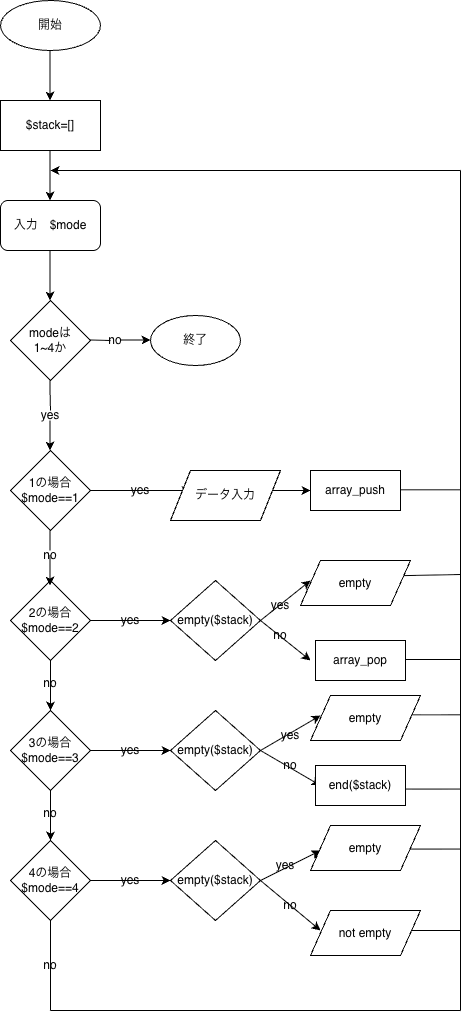
Earlier version of the draw.io export 5-7/lesson01.png (namp7119/php-kiso). Source tidied: cells renumbered, new cells last; positions are measured from the earlier drawing's top-left corner, leaving out a move shared by most shapes.
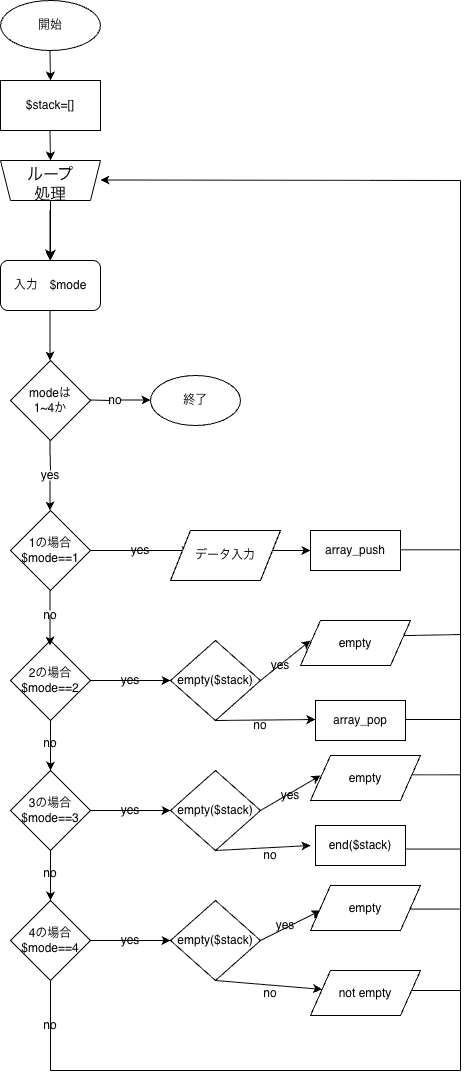
The same file after the commit.

The edit, as a diff of the source:
```diff
@@ -3,19 +3,19 @@
     <mxCell id="0" />
     <mxCell id="1" parent="0" />
     <mxCell id="2" value="開始" style="ellipse;whiteSpace=wrap;html=1;" parent="1" vertex="1">
-      <mxGeometry width="100" height="50" as="geometry" />
+      <mxGeometry y="-60" width="100" height="50" as="geometry" />
     </mxCell>
     <mxCell id="3" style="endArrow=classic;html=1;rounded=0;" parent="1" edge="1">
       <mxGeometry relative="1" as="geometry">
-        <mxPoint x="49.5" y="50" as="sourcePoint" />
-        <mxPoint x="49.5" y="100" as="targetPoint" />
+        <mxPoint x="49.5" y="-10" as="sourcePoint" />
+        <mxPoint x="50" y="20" as="targetPoint" />
         <Array as="points">
-          <mxPoint x="49.5" y="50" />
+          <mxPoint x="49.5" y="-10" />
         </Array>
       </mxGeometry>
     </mxCell>
     <mxCell id="4" value="$stack=[]" style="rounded=0;whiteSpace=wrap;html=1;" parent="1" vertex="1">
-      <mxGeometry y="100" width="100" height="50" as="geometry" />
+      <mxGeometry y="20" width="100" height="50" as="geometry" />
     </mxCell>
     <mxCell id="5" style="endArrow=classic;html=1;rounded=0;" parent="1" edge="1">
       <mxGeometry relative="1" as="geometry">
@@ -175,14 +175,13 @@
     <mxCell id="38" value="yes" style="text;html=1;whiteSpace=wrap;strokeColor=none;fillColor=none;align=center;verticalAlign=middle;rounded=0;" parent="1" vertex="1">
       <mxGeometry x="250" y="590" width="60" height="30" as="geometry" />
     </mxCell>
-    <mxCell id="39" style="endArrow=classic;html=1;rounded=0;" parent="1" edge="1">
+    <mxCell id="39" style="endArrow=classic;html=1;rounded=0;exitX=0.5;exitY=1;exitDx=0;exitDy=0;" parent="1" edge="1" source="31">
       <mxGeometry relative="1" as="geometry">
-        <mxPoint x="260" y="620" as="sourcePoint" />
-        <mxPoint x="310" y="660" as="targetPoint" />
+        <mxPoint x="315" y="659" as="targetPoint" />
       </mxGeometry>
     </mxCell>
     <mxCell id="40" value="no" style="text;html=1;whiteSpace=wrap;strokeColor=none;fillColor=none;align=center;verticalAlign=middle;rounded=0;" parent="1" vertex="1">
-      <mxGeometry x="250" y="620" width="60" height="30" as="geometry" />
+      <mxGeometry x="230" y="650" width="60" height="30" as="geometry" />
     </mxCell>
     <mxCell id="41" style="endArrow=classic;html=1;rounded=0;entryX=0;entryY=0.5;entryDx=0;entryDy=0;" parent="1" edge="1">
       <mxGeometry relative="1" as="geometry">
@@ -192,8 +191,8 @@
     </mxCell>
     <mxCell id="42" style="endArrow=classic;html=1;rounded=0;entryX=0;entryY=0.5;entryDx=0;entryDy=0;" parent="1" edge="1">
       <mxGeometry relative="1" as="geometry">
-        <mxPoint x="260" y="750" as="sourcePoint" />
-        <mxPoint x="320" y="785" as="targetPoint" />
+        <mxPoint x="215" y="790" as="sourcePoint" />
+        <mxPoint x="310" y="785" as="targetPoint" />
       </mxGeometry>
     </mxCell>
     <mxCell id="43" value="yes" style="text;html=1;whiteSpace=wrap;strokeColor=none;fillColor=none;align=center;verticalAlign=middle;rounded=0;" parent="1" vertex="1">
@@ -216,7 +215,7 @@
       <mxGeometry x="100" y="865" width="60" height="30" as="geometry" />
     </mxCell>
     <mxCell id="48" value="no" style="text;html=1;whiteSpace=wrap;strokeColor=none;fillColor=none;align=center;verticalAlign=middle;rounded=0;" parent="1" vertex="1">
-      <mxGeometry x="260" y="750" width="60" height="30" as="geometry" />
+      <mxGeometry x="240" y="780" width="60" height="30" as="geometry" />
     </mxCell>
     <mxCell id="49" style="endArrow=classic;html=1;rounded=0;entryX=0;entryY=0.5;entryDx=0;entryDy=0;" parent="1" edge="1">
       <mxGeometry relative="1" as="geometry">
@@ -224,18 +223,12 @@
         <mxPoint x="320" y="850" as="targetPoint" />
       </mxGeometry>
     </mxCell>
-    <mxCell id="50" style="endArrow=classic;html=1;rounded=0;entryX=0;entryY=0.5;entryDx=0;entryDy=0;" parent="1" edge="1">
-      <mxGeometry relative="1" as="geometry">
-        <mxPoint x="260" y="880" as="sourcePoint" />
-        <mxPoint x="320" y="930" as="targetPoint" />
-      </mxGeometry>
+    <mxCell id="50" style="endArrow=classic;html=1;rounded=0;exitX=0.5;exitY=1;exitDx=0;exitDy=0;" parent="1" edge="1" source="33" target="70">
+      <mxGeometry relative="1" as="geometry" />
     </mxCell>
     <mxCell id="51" value="yes" style="text;html=1;whiteSpace=wrap;strokeColor=none;fillColor=none;align=center;verticalAlign=middle;rounded=0;" parent="1" vertex="1">
       <mxGeometry x="255" y="850" width="60" height="30" as="geometry" />
     </mxCell>
-    <mxCell id="52" value="no" style="text;html=1;whiteSpace=wrap;strokeColor=none;fillColor=none;align=center;verticalAlign=middle;rounded=0;" parent="1" vertex="1">
-      <mxGeometry x="260" y="890" width="60" height="30" as="geometry" />
-    </mxCell>
     <mxCell id="53" style="endArrow=none;html=1;rounded=0;" parent="1" edge="1">
       <mxGeometry relative="1" as="geometry">
         <mxPoint x="50" y="1010" as="sourcePoint" />
@@ -254,13 +247,13 @@
     <mxCell id="56" style="endArrow=none;html=1;rounded=0;" parent="1" edge="1">
       <mxGeometry relative="1" as="geometry">
         <mxPoint x="460" y="1010" as="sourcePoint" />
-        <mxPoint x="460" y="170" as="targetPoint" />
+        <mxPoint x="460" y="120" as="targetPoint" />
       </mxGeometry>
     </mxCell>
     <mxCell id="57" style="endArrow=classic;html=1;rounded=0;" parent="1" edge="1">
       <mxGeometry relative="1" as="geometry">
-        <mxPoint x="460" y="170" as="sourcePoint" />
-        <mxPoint x="50" y="170" as="targetPoint" />
+        <mxPoint x="460" y="120" as="sourcePoint" />
+        <mxPoint x="100" y="119.5" as="targetPoint" />
       </mxGeometry>
     </mxCell>
     <mxCell id="58" style="endArrow=none;html=1;rounded=0;" parent="1" edge="1">
@@ -323,5 +316,52 @@
     <mxCell id="70" value="not empty" style="shape=parallelogram;perimeter=parallelogramPerimeter;whiteSpace=wrap;html=1;fixedSize=1;" parent="1" vertex="1">
       <mxGeometry x="310" y="910" width="110" height="45" as="geometry" />
     </mxCell>
+    <mxCell id="52" value="no" style="text;html=1;whiteSpace=wrap;strokeColor=none;fillColor=none;align=center;verticalAlign=middle;rounded=0;" parent="1" vertex="1">
+      <mxGeometry x="240" y="917.5" width="60" height="30" as="geometry" />
+    </mxCell>
+    <mxCell id="71" style="edgeStyle=none;curved=1;rounded=0;jettySize=auto;html=1;fontSize=12;startSize=8;endSize=8;" parent="1" edge="1" target="6">
+      <mxGeometry relative="1" as="geometry">
+        <mxPoint x="50" y="140" as="sourcePoint" />
+      </mxGeometry>
+    </mxCell>
+    <mxCell id="72" style="endArrow=classic;html=1;rounded=0;" parent="1" edge="1">
+      <mxGeometry relative="1" as="geometry">
+        <mxPoint x="49.5" y="70" as="sourcePoint" />
+        <mxPoint x="50" y="100" as="targetPoint" />
+        <Array as="points">
+          <mxPoint x="49.5" y="70" />
+        </Array>
+      </mxGeometry>
+    </mxCell>
+    <mxCell id="73" style="endArrow=none;html=1;rounded=0;fontSize=12;startSize=8;endSize=8;curved=1;" parent="1" edge="1">
+      <mxGeometry relative="1" as="geometry">
+        <mxPoint y="100" as="sourcePoint" />
+        <mxPoint x="100" y="100" as="targetPoint" />
+        <Array as="points">
+          <mxPoint x="50" y="100" />
+        </Array>
+      </mxGeometry>
+    </mxCell>
+    <mxCell id="74" style="endArrow=none;html=1;rounded=0;fontSize=12;startSize=8;endSize=8;curved=1;" parent="1" edge="1">
+      <mxGeometry relative="1" as="geometry">
+        <mxPoint x="10" y="140" as="sourcePoint" />
+        <mxPoint x="90" y="140" as="targetPoint" />
+      </mxGeometry>
+    </mxCell>
+    <mxCell id="75" style="endArrow=none;html=1;rounded=0;fontSize=12;startSize=8;endSize=8;curved=1;" parent="1" edge="1">
+      <mxGeometry relative="1" as="geometry">
+        <mxPoint x="90" y="140" as="sourcePoint" />
+        <mxPoint x="100" y="100" as="targetPoint" />
+      </mxGeometry>
+    </mxCell>
+    <mxCell id="76" style="endArrow=none;html=1;rounded=0;fontSize=12;startSize=8;endSize=8;curved=1;" parent="1" edge="1">
+      <mxGeometry relative="1" as="geometry">
+        <mxPoint x="10" y="140" as="sourcePoint" />
+        <mxPoint y="100" as="targetPoint" />
+      </mxGeometry>
+    </mxCell>
+    <mxCell id="77" value="ループ処理" style="text;html=1;whiteSpace=wrap;strokeColor=none;fillColor=none;align=center;verticalAlign=middle;rounded=0;fontSize=16;" parent="1" vertex="1">
+      <mxGeometry x="20" y="110" width="60" height="30" as="geometry" />
+    </mxCell>
   </root>
 </mxGraphModel>
```
